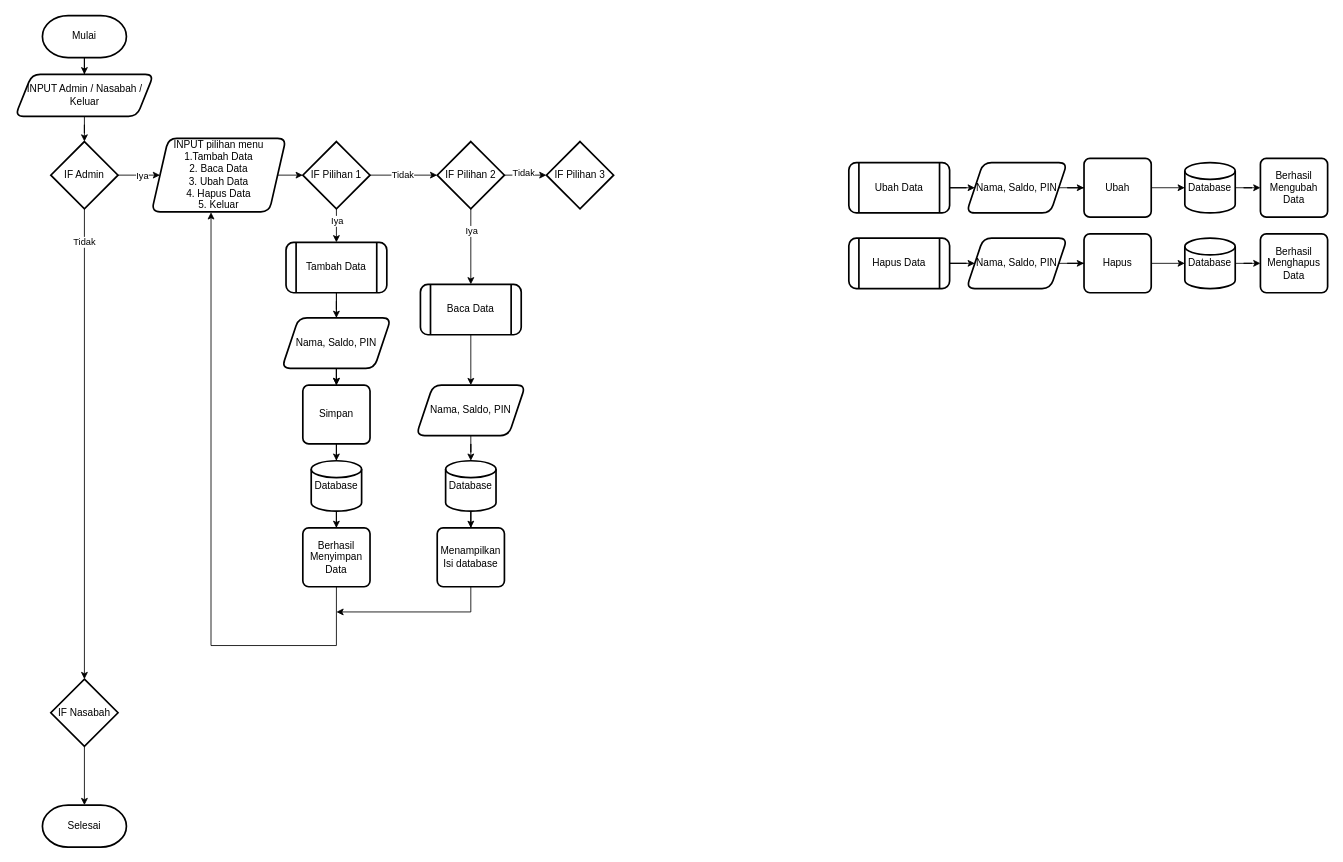
Arsy278/tugas-arsy keeps this draw.io diagram as Diagram Tanpa Judul.drawio. Above is the earlier version. Source tidied: cells renumbered, new cells numbered last; positions are measured from the earlier drawing's top-left corner, leaving out a move shared by most shapes. Both pictures are drawn from the tidied source at 84%, with x=0, y=0 at pixel (15, 15).
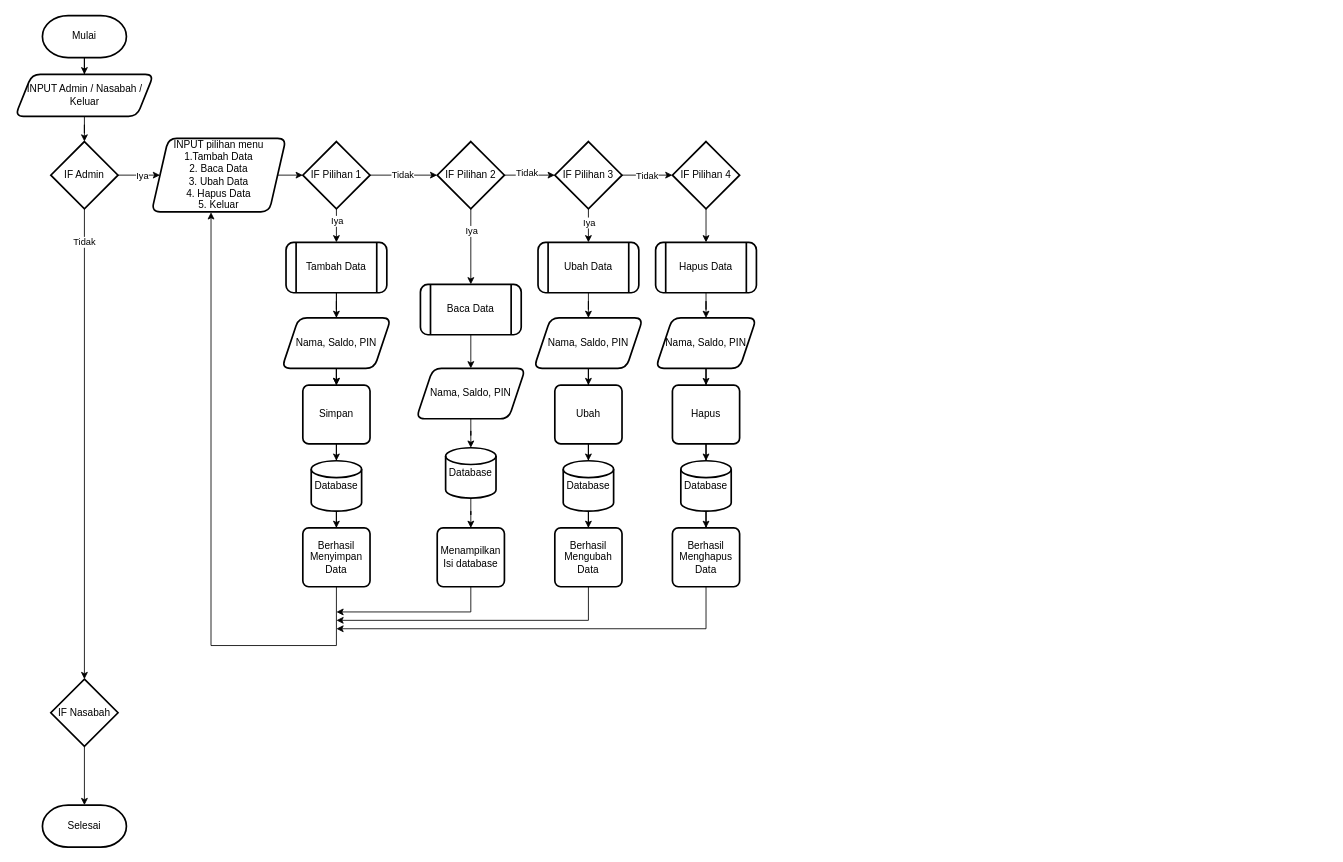
The same page after the edit.

Commit message:
Flowchart PA Daspro

What changed in the source:
```diff
@@
     <mxCell id="26" value="Nama, Saldo, PIN" style="shape=parallelogram;perimeter=parallelogramPerimeter;whiteSpace=wrap;html=1;fixedSize=1;rounded=1;glass=0;strokeWidth=2;shadow=0;" parent="1" vertex="1">
-      <mxGeometry x="477" y="440" width="130" height="60" as="geometry" />
+      <mxGeometry x="477" y="420" width="130" height="60" as="geometry" />
     </mxCell>
@@
     <mxCell id="28" value="Database" style="strokeWidth=2;html=1;shape=mxgraph.flowchart.database;whiteSpace=wrap;" parent="1" vertex="1">
-      <mxGeometry x="512" y="530" width="60" height="60" as="geometry" />
+      <mxGeometry x="512" y="514.5" width="60" height="60" as="geometry" />
     </mxCell>
@@
     <mxCell id="32" value="Ubah Data" style="shape=process;whiteSpace=wrap;html=1;backgroundOutline=1;rounded=1;glass=0;strokeWidth=2;shadow=0;" parent="1" vertex="1">
-      <mxGeometry x="992" y="175" width="120" height="60" as="geometry" />
+      <mxGeometry x="622" y="270" width="120" height="60" as="geometry" />
     </mxCell>
@@
     <mxCell id="34" value="Nama, Saldo, PIN" style="shape=parallelogram;perimeter=parallelogramPerimeter;whiteSpace=wrap;html=1;fixedSize=1;rounded=1;glass=0;strokeWidth=2;shadow=0;" parent="1" vertex="1">
-      <mxGeometry x="1132" y="175" width="120" height="60" as="geometry" />
+      <mxGeometry x="617" y="360" width="130" height="60" as="geometry" />
     </mxCell>
@@
     <mxCell id="36" value="Ubah" style="rounded=1;whiteSpace=wrap;html=1;absoluteArcSize=1;arcSize=14;strokeWidth=2;" parent="1" vertex="1">
-      <mxGeometry x="1272" y="170" width="80" height="70" as="geometry" />
+      <mxGeometry x="642" y="440" width="80" height="70" as="geometry" />
     </mxCell>
@@
     <mxCell id="38" value="Database" style="strokeWidth=2;html=1;shape=mxgraph.flowchart.database;whiteSpace=wrap;" parent="1" vertex="1">
-      <mxGeometry x="1392" y="175" width="60" height="60" as="geometry" />
+      <mxGeometry x="652" y="530" width="60" height="60" as="geometry" />
     </mxCell>
+    <mxCell id="64" style="edgeStyle=orthogonalEdgeStyle;rounded=0;jettySize=auto;html=1;exitX=0.5;exitY=1;exitDx=0;exitDy=0;" parent="1" edge="1" source="39">
+      <mxGeometry relative="1" as="geometry">
+        <mxPoint x="382" y="720" as="targetPoint" />
+        <Array as="points">
+          <mxPoint x="682" y="720" />
+          <mxPoint x="382" y="720" />
+        </Array>
+      </mxGeometry>
+    </mxCell>
     <mxCell id="39" value="Berhasil Mengubah Data" style="rounded=1;whiteSpace=wrap;html=1;absoluteArcSize=1;arcSize=14;strokeWidth=2;" parent="1" vertex="1">
-      <mxGeometry x="1482" y="170" width="80" height="70" as="geometry" />
+      <mxGeometry x="642" y="610" width="80" height="70" as="geometry" />
     </mxCell>
@@
     <mxCell id="41" value="Hapus Data" style="shape=process;whiteSpace=wrap;html=1;backgroundOutline=1;rounded=1;glass=0;strokeWidth=2;shadow=0;" parent="1" vertex="1">
-      <mxGeometry x="992" y="265" width="120" height="60" as="geometry" />
+      <mxGeometry x="762" y="270" width="120" height="60" as="geometry" />
     </mxCell>
@@
     <mxCell id="43" value="Nama, Saldo, PIN" style="shape=parallelogram;perimeter=parallelogramPerimeter;whiteSpace=wrap;html=1;fixedSize=1;rounded=1;glass=0;strokeWidth=2;shadow=0;" parent="1" vertex="1">
-      <mxGeometry x="1132" y="265" width="120" height="60" as="geometry" />
+      <mxGeometry x="762" y="360" width="120" height="60" as="geometry" />
     </mxCell>
@@
     <mxCell id="45" value="Hapus" style="rounded=1;whiteSpace=wrap;html=1;absoluteArcSize=1;arcSize=14;strokeWidth=2;" parent="1" vertex="1">
-      <mxGeometry x="1272" y="260" width="80" height="70" as="geometry" />
+      <mxGeometry x="782" y="440" width="80" height="70" as="geometry" />
     </mxCell>
@@
     <mxCell id="47" value="Database" style="strokeWidth=2;html=1;shape=mxgraph.flowchart.database;whiteSpace=wrap;" parent="1" vertex="1">
-      <mxGeometry x="1392" y="265" width="60" height="60" as="geometry" />
+      <mxGeometry x="792" y="530" width="60" height="60" as="geometry" />
     </mxCell>
+    <mxCell id="65" style="edgeStyle=orthogonalEdgeStyle;rounded=0;jettySize=auto;html=1;exitX=0.5;exitY=1;exitDx=0;exitDy=0;" parent="1" edge="1" source="48">
+      <mxGeometry relative="1" as="geometry">
+        <mxPoint x="382" y="730" as="targetPoint" />
+        <Array as="points">
+          <mxPoint x="822" y="730" />
+          <mxPoint x="382" y="730" />
+        </Array>
+      </mxGeometry>
+    </mxCell>
     <mxCell id="48" value="Berhasil Menghapus Data" style="rounded=1;whiteSpace=wrap;html=1;absoluteArcSize=1;arcSize=14;strokeWidth=2;" parent="1" vertex="1">
-      <mxGeometry x="1482" y="260" width="80" height="70" as="geometry" />
+      <mxGeometry x="782" y="610" width="80" height="70" as="geometry" />
     </mxCell>
@@
+    <mxCell id="66" style="edgeStyle=orthogonalEdgeStyle;rounded=0;jettySize=auto;html=1;" parent="1" edge="1" source="63" target="32">
+      <mxGeometry relative="1" as="geometry" />
+    </mxCell>
+    <mxCell id="67" value="Iya" style="edgeLabel;html=1;align=center;verticalAlign=middle;" parent="66" vertex="1">
+      <mxGeometry x="-0.18" relative="1" as="geometry" />
+    </mxCell>
+    <mxCell id="68" style="edgeStyle=orthogonalEdgeStyle;rounded=0;jettySize=auto;html=1;" parent="1" edge="1" source="63" target="71">
+      <mxGeometry relative="1" as="geometry" />
+    </mxCell>
+    <mxCell id="69" value="Tidak" style="edgeLabel;html=1;align=center;verticalAlign=middle;" parent="68" vertex="1">
+      <mxGeometry x="-0.02" relative="1" as="geometry" />
+    </mxCell>
     <mxCell id="63" value="IF Pilihan 3" style="whiteSpace=wrap;html=1;rounded=1;glass=0;strokeWidth=2;shadow=0;shape=mxgraph.flowchart.decision;" parent="1" vertex="1">
-      <mxGeometry x="632" y="150" width="80" height="80" as="geometry" />
+      <mxGeometry x="642" y="150" width="80" height="80" as="geometry" />
     </mxCell>
+    <mxCell id="70" style="edgeStyle=orthogonalEdgeStyle;rounded=0;jettySize=auto;html=1;" parent="1" edge="1" source="71" target="41">
+      <mxGeometry relative="1" as="geometry" />
+    </mxCell>
+    <mxCell id="71" value="IF Pilihan 4" style="whiteSpace=wrap;html=1;rounded=1;glass=0;strokeWidth=2;shadow=0;shape=mxgraph.flowchart.decision;" parent="1" vertex="1">
+      <mxGeometry x="782" y="150" width="80" height="80" as="geometry" />
+    </mxCell>
```
